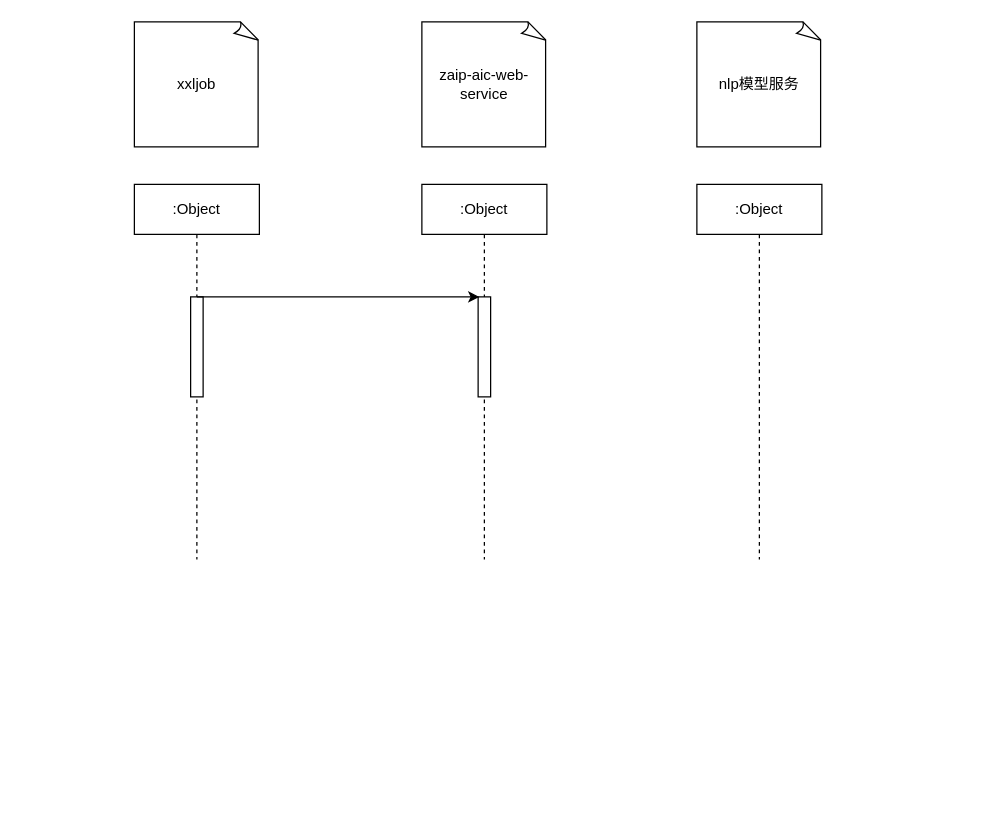
hack0303/draw.io-store keeps this draw.io diagram as 未命名绘图.drawio. Above is the earlier version. Source tidied: cells renumbered, new cells numbered last; positions are measured from the earlier drawing's top-left corner, leaving out a move shared by most shapes. Both pictures are drawn from the tidied source at 125%, with x=0, y=0 at pixel (134, 21).
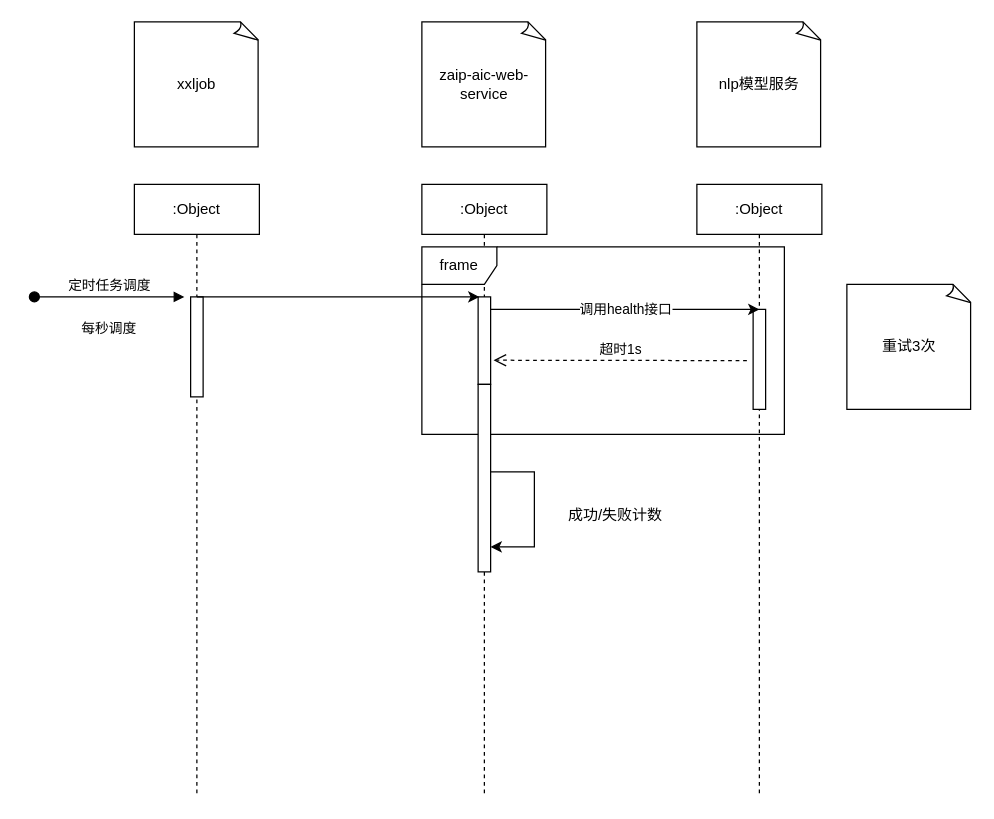
The same page after the edit.

Commit message (it also covers changes not shown here):
更新未命名绘图.drawio

Change to the diagram source:
```diff
@@
     <mxCell id="2" value=":Object" style="shape=umlLifeline;perimeter=lifelinePerimeter;whiteSpace=wrap;html=1;" parent="1" vertex="1">
-      <mxGeometry y="130" width="100" height="300" as="geometry" />
+      <mxGeometry y="130" width="100" height="490" as="geometry" />
     </mxCell>
@@
     <mxCell id="4" value=":Object" style="shape=umlLifeline;perimeter=lifelinePerimeter;whiteSpace=wrap;html=1;" parent="1" vertex="1">
-      <mxGeometry x="230" y="130" width="100" height="300" as="geometry" />
+      <mxGeometry x="230" y="130" width="100" height="490" as="geometry" />
     </mxCell>
     <mxCell id="5" style="html=1;points=[];perimeter=orthogonalPerimeter;" parent="4" vertex="1">
-      <mxGeometry x="45" y="90" width="10" height="80" as="geometry" />
+      <mxGeometry x="45" y="90" width="10" height="70" as="geometry" />
     </mxCell>
+    <mxCell id="11" value="frame" style="shape=umlFrame;whiteSpace=wrap;html=1;" parent="4" vertex="1">
+      <mxGeometry y="50" width="290" height="150" as="geometry" />
+    </mxCell>
+    <mxCell id="12" style="html=1;points=[];perimeter=orthogonalPerimeter;" parent="4" vertex="1">
+      <mxGeometry x="45" y="160" width="10" height="150" as="geometry" />
+    </mxCell>
+    <mxCell id="13" style="edgeStyle=orthogonalEdgeStyle;rounded=0;orthogonalLoop=1;jettySize=auto;html=1;" parent="4" edge="1" source="12" target="12">
+      <mxGeometry relative="1" as="geometry">
+        <Array as="points">
+          <mxPoint x="90" y="230" />
+          <mxPoint x="90" y="290" />
+        </Array>
+      </mxGeometry>
+    </mxCell>
@@
     <mxCell id="9" value=":Object" style="shape=umlLifeline;perimeter=lifelinePerimeter;whiteSpace=wrap;html=1;" parent="1" vertex="1">
-      <mxGeometry x="450" y="130" width="100" height="300" as="geometry" />
+      <mxGeometry x="450" y="130" width="100" height="490" as="geometry" />
     </mxCell>
+    <mxCell id="14" style="html=1;points=[];perimeter=orthogonalPerimeter;" parent="9" vertex="1">
+      <mxGeometry x="45" y="100" width="10" height="80" as="geometry" />
+    </mxCell>
@@
+    <mxCell id="15" value="调用health接口" style="edgeStyle=orthogonalEdgeStyle;rounded=0;jettySize=auto;html=1;entryX=0.5;entryY=0;entryDx=0;entryDy=0;entryPerimeter=0;" parent="1" edge="1" source="5" target="14">
+      <mxGeometry relative="1" as="geometry">
+        <Array as="points">
+          <mxPoint x="340" y="230" />
+          <mxPoint x="340" y="230" />
+        </Array>
+      </mxGeometry>
+    </mxCell>
+    <mxCell id="16" value="超时1s" style="html=1;verticalAlign=bottom;endArrow=open;dashed=1;endSize=8;rounded=0;entryX=1.233;entryY=0.724;entryDx=0;entryDy=0;entryPerimeter=0;" parent="1" edge="1" target="5">
+      <mxGeometry relative="1" as="geometry">
+        <mxPoint x="490" y="271" as="sourcePoint" />
+      </mxGeometry>
+    </mxCell>
+    <mxCell id="17" value="重试3次" style="whiteSpace=wrap;html=1;shape=mxgraph.basic.document;" parent="1" vertex="1">
+      <mxGeometry x="570" y="210" width="100" height="100" as="geometry" />
+    </mxCell>
+    <mxCell id="18" value="成功/失败计数" style="text;html=1;strokeColor=none;fillColor=none;align=center;verticalAlign=middle;whiteSpace=wrap;rounded=0;" parent="1" vertex="1">
+      <mxGeometry x="330" y="380" width="110" height="30" as="geometry" />
+    </mxCell>
+    <mxCell id="19" value="定时任务调度" style="html=1;verticalAlign=bottom;startArrow=oval;startFill=1;endArrow=block;startSize=8;rounded=0;" parent="1" edge="1">
+      <mxGeometry relative="1" as="geometry">
+        <mxPoint x="-80" y="220" as="sourcePoint" />
+        <mxPoint x="40" y="220" as="targetPoint" />
+      </mxGeometry>
+    </mxCell>
+    <mxCell id="20" value="&lt;span style=&quot;font-size: 11px; background-color: rgb(255, 255, 255);&quot;&gt;每秒调度&lt;/span&gt;" style="text;html=1;strokeColor=none;fillColor=none;align=center;verticalAlign=middle;whiteSpace=wrap;rounded=0;" parent="1" vertex="1">
+      <mxGeometry x="-50" y="230" width="60" height="30" as="geometry" />
+    </mxCell>
```
